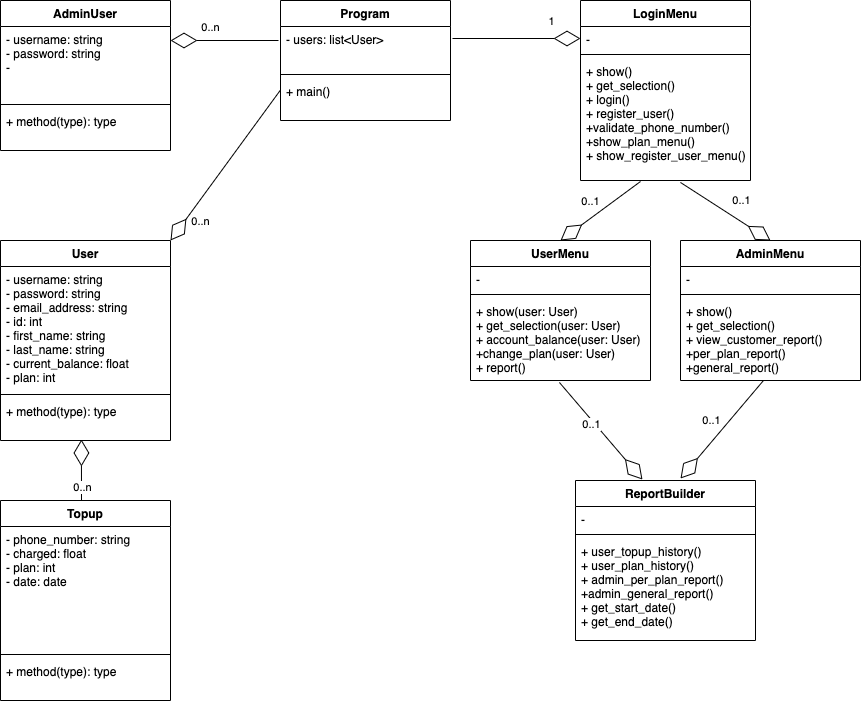
Above: object_oriented/class_diagram.drawio.png in miyazakimaiko/Credit-Purchase-App (draw.io), before the change. Source tidied: cells renumbered, new cells last; positions are measured from the earlier drawing's top-left corner, leaving out a move shared by most shapes. The source it was exported from:
```xml
<mxGraphModel>
  <root>
    <mxCell id="0" />
    <mxCell id="1" parent="0" />
    <mxCell id="2" value="AdminUser" style="swimlane;fontStyle=1;align=center;verticalAlign=top;horizontal=1;startSize=26;" parent="1" vertex="1">
      <mxGeometry width="170" height="150" as="geometry" />
    </mxCell>
    <mxCell id="3" value="- username: string&#10;- password: string&#10;- " style="text;strokeColor=none;fillColor=none;align=left;verticalAlign=top;spacingLeft=4;spacingRight=4;overflow=hidden;" parent="2" vertex="1">
      <mxGeometry y="26" width="170" height="74" as="geometry" />
    </mxCell>
    <mxCell id="4" style="line;strokeWidth=1;fillColor=none;align=left;verticalAlign=middle;spacingTop=-1;spacingLeft=3;spacingRight=3;labelPosition=right;" parent="2" vertex="1">
      <mxGeometry y="100" width="170" height="8" as="geometry" />
    </mxCell>
    <mxCell id="5" value="+ method(type): type" style="text;strokeColor=none;fillColor=none;align=left;verticalAlign=top;spacingLeft=4;spacingRight=4;overflow=hidden;" parent="2" vertex="1">
      <mxGeometry y="108" width="170" height="42" as="geometry" />
    </mxCell>
    <mxCell id="6" value="User" style="swimlane;fontStyle=1;align=center;verticalAlign=top;horizontal=1;startSize=26;" parent="1" vertex="1">
      <mxGeometry y="240" width="170" height="200" as="geometry" />
    </mxCell>
    <mxCell id="7" value="- username: string&#10;- password: string&#10;- email_address: string&#10;- id: int&#10;- first_name: string&#10;- last_name: string&#10;- current_balance: float&#10;- plan: int" style="text;strokeColor=none;fillColor=none;align=left;verticalAlign=top;spacingLeft=4;spacingRight=4;overflow=hidden;" parent="6" vertex="1">
      <mxGeometry y="26" width="170" height="124" as="geometry" />
    </mxCell>
    <mxCell id="8" style="line;strokeWidth=1;fillColor=none;align=left;verticalAlign=middle;spacingTop=-1;spacingLeft=3;spacingRight=3;labelPosition=right;" parent="6" vertex="1">
      <mxGeometry y="150" width="170" height="8" as="geometry" />
    </mxCell>
    <mxCell id="9" value="+ method(type): type" style="text;strokeColor=none;fillColor=none;align=left;verticalAlign=top;spacingLeft=4;spacingRight=4;overflow=hidden;points=[[0,0.5],[1,0.5]];portConstraint=eastwest;" parent="6" vertex="1">
      <mxGeometry y="158" width="170" height="42" as="geometry" />
    </mxCell>
    <mxCell id="10" value="Program" style="swimlane;fontStyle=1;align=center;verticalAlign=top;horizontal=1;startSize=26;" parent="1" vertex="1">
      <mxGeometry x="280" width="170" height="120" as="geometry" />
    </mxCell>
    <mxCell id="11" value="- users: list&lt;User&gt;" style="text;strokeColor=none;fillColor=none;align=left;verticalAlign=top;spacingLeft=4;spacingRight=4;overflow=hidden;" parent="10" vertex="1">
      <mxGeometry y="26" width="170" height="44" as="geometry" />
    </mxCell>
    <mxCell id="12" style="line;strokeWidth=1;fillColor=none;align=left;verticalAlign=middle;spacingTop=-1;spacingLeft=3;spacingRight=3;labelPosition=right;" parent="10" vertex="1">
      <mxGeometry y="70" width="170" height="8" as="geometry" />
    </mxCell>
    <mxCell id="13" value="+ main()" style="text;strokeColor=none;fillColor=none;align=left;verticalAlign=top;spacingLeft=4;spacingRight=4;overflow=hidden;" parent="10" vertex="1">
      <mxGeometry y="78" width="170" height="42" as="geometry" />
    </mxCell>
    <mxCell id="14" value="LoginMenu" style="swimlane;fontStyle=1;align=center;verticalAlign=top;horizontal=1;startSize=26;" parent="1" vertex="1">
      <mxGeometry x="580" width="170" height="180" as="geometry" />
    </mxCell>
    <mxCell id="15" value="-" style="text;strokeColor=none;fillColor=none;align=left;verticalAlign=top;spacingLeft=4;spacingRight=4;overflow=hidden;points=[[0,0.5],[1,0.5]];portConstraint=eastwest;" parent="14" vertex="1">
      <mxGeometry y="26" width="170" height="24" as="geometry" />
    </mxCell>
    <mxCell id="16" style="line;strokeWidth=1;fillColor=none;align=left;verticalAlign=middle;spacingTop=-1;spacingLeft=3;spacingRight=3;labelPosition=right;" parent="14" vertex="1">
      <mxGeometry y="50" width="170" height="8" as="geometry" />
    </mxCell>
    <mxCell id="17" value="+ show()&#10;+ get_selection()&#10;+ login()&#10;+ register_user()&#10;+validate_phone_number()&#10;+show_plan_menu()&#10;+ show_register_user_menu()" style="text;strokeColor=none;fillColor=none;align=left;verticalAlign=top;spacingLeft=4;spacingRight=4;overflow=hidden;points=[[0,0.5],[1,0.5]];portConstraint=eastwest;" parent="14" vertex="1">
      <mxGeometry y="58" width="170" height="122" as="geometry" />
    </mxCell>
    <mxCell id="18" value="UserMenu" style="swimlane;fontStyle=1;align=center;verticalAlign=top;horizontal=1;startSize=26;" parent="1" vertex="1">
      <mxGeometry x="470" y="240" width="180" height="140" as="geometry" />
    </mxCell>
    <mxCell id="19" value="-" style="text;strokeColor=none;fillColor=none;align=left;verticalAlign=top;spacingLeft=4;spacingRight=4;overflow=hidden;" parent="18" vertex="1">
      <mxGeometry y="26" width="180" height="24" as="geometry" />
    </mxCell>
    <mxCell id="20" style="line;strokeWidth=1;fillColor=none;align=left;verticalAlign=middle;spacingTop=-1;spacingLeft=3;spacingRight=3;labelPosition=right;" parent="18" vertex="1">
      <mxGeometry y="50" width="180" height="8" as="geometry" />
    </mxCell>
    <mxCell id="21" value="+ show(user: User)&#10;+ get_selection(user: User)&#10;+ account_balance(user: User)&#10;+change_plan(user: User)&#10;+ report()" style="text;strokeColor=none;fillColor=none;align=left;verticalAlign=top;spacingLeft=4;spacingRight=4;overflow=hidden;points=[[0,0.5],[1,0.5]];portConstraint=eastwest;" parent="18" vertex="1">
      <mxGeometry y="58" width="180" height="82" as="geometry" />
    </mxCell>
    <mxCell id="22" value="AdminMenu" style="swimlane;fontStyle=1;align=center;verticalAlign=top;horizontal=1;startSize=26;" parent="1" vertex="1">
      <mxGeometry x="680" y="240" width="180" height="140" as="geometry" />
    </mxCell>
    <mxCell id="23" value="-" style="text;strokeColor=none;fillColor=none;align=left;verticalAlign=top;spacingLeft=4;spacingRight=4;overflow=hidden;" parent="22" vertex="1">
      <mxGeometry y="26" width="180" height="24" as="geometry" />
    </mxCell>
    <mxCell id="24" style="line;strokeWidth=1;fillColor=none;align=left;verticalAlign=middle;spacingTop=-1;spacingLeft=3;spacingRight=3;labelPosition=right;" parent="22" vertex="1">
      <mxGeometry y="50" width="180" height="8" as="geometry" />
    </mxCell>
    <mxCell id="25" value="+ show()&#10;+ get_selection()&#10;+ view_customer_report()&#10;+per_plan_report()&#10;+general_report()" style="text;strokeColor=none;fillColor=none;align=left;verticalAlign=top;spacingLeft=4;spacingRight=4;overflow=hidden;points=[[0,0.5],[1,0.5]];portConstraint=eastwest;" parent="22" vertex="1">
      <mxGeometry y="58" width="180" height="82" as="geometry" />
    </mxCell>
    <mxCell id="26" value="Topup" style="swimlane;fontStyle=1;align=center;verticalAlign=top;horizontal=1;startSize=26;" parent="1" vertex="1">
      <mxGeometry y="500" width="170" height="200" as="geometry" />
    </mxCell>
    <mxCell id="27" value="- phone_number: string&#10;- charged: float&#10;- plan: int&#10;- date: date" style="text;strokeColor=none;fillColor=none;align=left;verticalAlign=top;spacingLeft=4;spacingRight=4;overflow=hidden;" parent="26" vertex="1">
      <mxGeometry y="26" width="170" height="124" as="geometry" />
    </mxCell>
    <mxCell id="28" style="line;strokeWidth=1;fillColor=none;align=left;verticalAlign=middle;spacingTop=-1;spacingLeft=3;spacingRight=3;labelPosition=right;" parent="26" vertex="1">
      <mxGeometry y="150" width="170" height="8" as="geometry" />
    </mxCell>
    <mxCell id="29" value="+ method(type): type" style="text;strokeColor=none;fillColor=none;align=left;verticalAlign=top;spacingLeft=4;spacingRight=4;overflow=hidden;" parent="26" vertex="1">
      <mxGeometry y="158" width="170" height="42" as="geometry" />
    </mxCell>
    <mxCell id="30" value="ReportBuilder" style="swimlane;fontStyle=1;align=center;verticalAlign=top;horizontal=1;startSize=26;" parent="1" vertex="1">
      <mxGeometry x="575" y="480" width="180" height="160" as="geometry" />
    </mxCell>
    <mxCell id="31" value="-" style="text;strokeColor=none;fillColor=none;align=left;verticalAlign=top;spacingLeft=4;spacingRight=4;overflow=hidden;" parent="30" vertex="1">
      <mxGeometry y="26" width="180" height="24" as="geometry" />
    </mxCell>
    <mxCell id="32" style="line;strokeWidth=1;fillColor=none;align=left;verticalAlign=middle;spacingTop=-1;spacingLeft=3;spacingRight=3;labelPosition=right;" parent="30" vertex="1">
      <mxGeometry y="50" width="180" height="8" as="geometry" />
    </mxCell>
    <mxCell id="33" value="+ user_topup_history()&#10;+ user_plan_history()&#10;+ admin_per_plan_report()&#10;+admin_general_report()&#10;+ get_start_date()&#10;+ get_end_date()&#10;" style="text;strokeColor=none;fillColor=none;align=left;verticalAlign=top;spacingLeft=4;spacingRight=4;overflow=hidden;" parent="30" vertex="1">
      <mxGeometry y="58" width="180" height="102" as="geometry" />
    </mxCell>
    <mxCell id="34" style="endArrow=diamondThin;endFill=0;endSize=24;html=1;entryX=0.476;entryY=0.976;entryDx=0;entryDy=0;entryPerimeter=0;" parent="1" edge="1" target="9">
      <mxGeometry relative="1" as="geometry">
        <mxPoint x="81" y="500" as="sourcePoint" />
      </mxGeometry>
    </mxCell>
    <mxCell id="35" value="0..n" style="edgeLabel;html=1;align=center;verticalAlign=middle;" parent="34" vertex="1">
      <mxGeometry x="-0.57" y="-1" relative="1" as="geometry" />
    </mxCell>
    <mxCell id="36" style="endArrow=diamondThin;endFill=0;endSize=24;html=1;" parent="1" edge="1">
      <mxGeometry relative="1" as="geometry">
        <mxPoint x="278" y="40" as="sourcePoint" />
        <mxPoint x="170" y="40" as="targetPoint" />
      </mxGeometry>
    </mxCell>
    <mxCell id="37" value="0..n" style="edgeLabel;html=1;align=center;verticalAlign=middle;" parent="36" vertex="1">
      <mxGeometry x="-0.57" y="-1" relative="1" as="geometry">
        <mxPoint x="-46" y="-13" as="offset" />
      </mxGeometry>
    </mxCell>
    <mxCell id="38" style="endArrow=diamondThin;endFill=0;endSize=24;html=1;exitX=-0.012;exitY=0.318;exitDx=0;exitDy=0;exitPerimeter=0;entryX=1;entryY=0;entryDx=0;entryDy=0;" parent="1" edge="1" target="6">
      <mxGeometry relative="1" as="geometry">
        <mxPoint x="280" y="89.5" as="sourcePoint" />
      </mxGeometry>
    </mxCell>
    <mxCell id="39" value="0..n" style="edgeLabel;html=1;align=center;verticalAlign=middle;" parent="38" vertex="1">
      <mxGeometry x="-0.57" y="-1" relative="1" as="geometry">
        <mxPoint x="-56" y="99" as="offset" />
      </mxGeometry>
    </mxCell>
    <mxCell id="40" style="endArrow=diamondThin;endFill=0;endSize=24;html=1;entryX=0;entryY=0.5;entryDx=0;entryDy=0;" parent="1" edge="1" target="15">
      <mxGeometry relative="1" as="geometry">
        <mxPoint x="452" y="38" as="sourcePoint" />
      </mxGeometry>
    </mxCell>
    <mxCell id="41" value="1" style="edgeLabel;html=1;align=center;verticalAlign=middle;" parent="40" vertex="1">
      <mxGeometry x="0.02" y="-2" relative="1" as="geometry">
        <mxPoint x="33" y="-20" as="offset" />
      </mxGeometry>
    </mxCell>
    <mxCell id="42" style="endArrow=diamondThin;endFill=0;endSize=24;html=1;entryX=0.5;entryY=0;entryDx=0;entryDy=0;" parent="1" edge="1" target="18">
      <mxGeometry relative="1" as="geometry">
        <mxPoint x="640" y="181" as="sourcePoint" />
      </mxGeometry>
    </mxCell>
    <mxCell id="43" value="0..1" style="edgeLabel;html=1;align=center;verticalAlign=middle;" parent="42" vertex="1">
      <mxGeometry x="0.02" y="-2" relative="1" as="geometry">
        <mxPoint x="-9" y="-9" as="offset" />
      </mxGeometry>
    </mxCell>
    <mxCell id="44" style="endArrow=diamondThin;endFill=0;endSize=24;html=1;entryX=0.5;entryY=0;entryDx=0;entryDy=0;exitX=0.588;exitY=1.016;exitDx=0;exitDy=0;exitPerimeter=0;" parent="1" edge="1" source="17" target="22">
      <mxGeometry relative="1" as="geometry" />
    </mxCell>
    <mxCell id="45" value="0..1" style="edgeLabel;html=1;align=center;verticalAlign=middle;" parent="44" vertex="1">
      <mxGeometry x="0.02" y="-2" relative="1" as="geometry">
        <mxPoint x="16" y="-13" as="offset" />
      </mxGeometry>
    </mxCell>
    <mxCell id="46" style="endArrow=diamondThin;endFill=0;endSize=24;html=1;exitX=0.461;exitY=1;exitDx=0;exitDy=0;exitPerimeter=0;" parent="1" edge="1" source="25">
      <mxGeometry relative="1" as="geometry">
        <mxPoint x="680" y="478" as="targetPoint" />
      </mxGeometry>
    </mxCell>
    <mxCell id="47" value="0..1" style="edgeLabel;html=1;align=center;verticalAlign=middle;" parent="46" vertex="1">
      <mxGeometry x="0.02" y="-2" relative="1" as="geometry">
        <mxPoint x="-9" y="-9" as="offset" />
      </mxGeometry>
    </mxCell>
    <mxCell id="48" style="endArrow=diamondThin;endFill=0;endSize=24;html=1;exitX=0.494;exitY=1.024;exitDx=0;exitDy=0;exitPerimeter=0;entryX=0.372;entryY=-0.006;entryDx=0;entryDy=0;entryPerimeter=0;" parent="1" edge="1" source="21" target="30">
      <mxGeometry relative="1" as="geometry" />
    </mxCell>
    <mxCell id="49" value="0..1" style="edgeLabel;html=1;align=center;verticalAlign=middle;" parent="48" vertex="1">
      <mxGeometry x="0.02" y="-2" relative="1" as="geometry">
        <mxPoint x="-9" y="-9" as="offset" />
      </mxGeometry>
    </mxCell>
  </root>
</mxGraphModel>
```
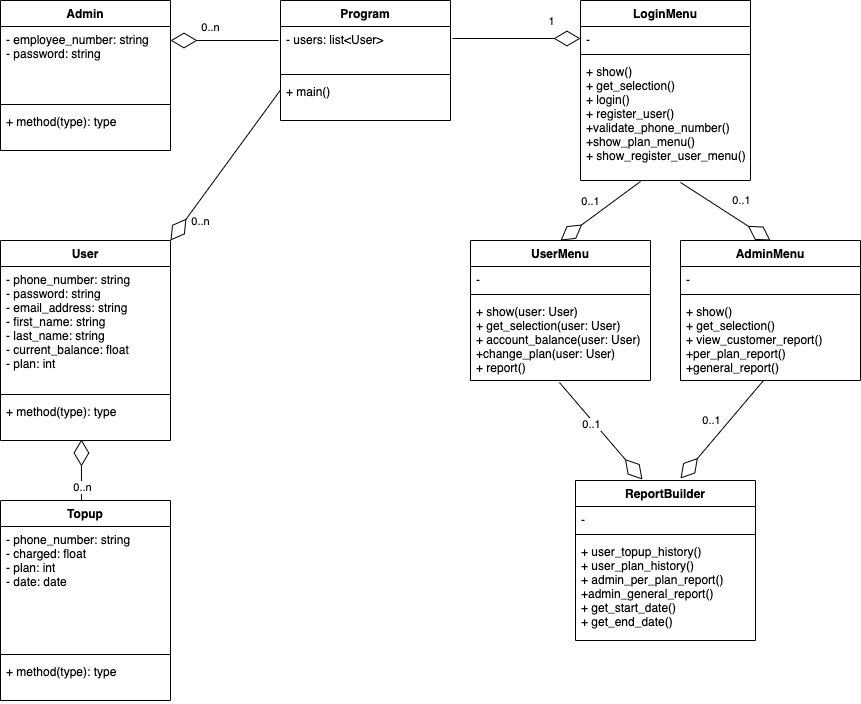
The same file after the commit.

Commit message:
Removed redundant attributes

Change to the diagram source:
```diff
@@ -2,10 +2,10 @@
   <root>
     <mxCell id="0" />
     <mxCell id="1" parent="0" />
-    <mxCell id="2" value="AdminUser" style="swimlane;fontStyle=1;align=center;verticalAlign=top;horizontal=1;startSize=26;" parent="1" vertex="1">
+    <mxCell id="2" value="Admin" style="swimlane;fontStyle=1;align=center;verticalAlign=top;horizontal=1;startSize=26;" parent="1" vertex="1">
       <mxGeometry width="170" height="150" as="geometry" />
     </mxCell>
-    <mxCell id="3" value="- username: string&#10;- password: string&#10;- " style="text;strokeColor=none;fillColor=none;align=left;verticalAlign=top;spacingLeft=4;spacingRight=4;overflow=hidden;" parent="2" vertex="1">
+    <mxCell id="3" value="- employee_number: string&#10;- password: string" style="text;strokeColor=none;fillColor=none;align=left;verticalAlign=top;spacingLeft=4;spacingRight=4;overflow=hidden;" parent="2" vertex="1">
       <mxGeometry y="26" width="170" height="74" as="geometry" />
     </mxCell>
     <mxCell id="4" style="line;strokeWidth=1;fillColor=none;align=left;verticalAlign=middle;spacingTop=-1;spacingLeft=3;spacingRight=3;labelPosition=right;" parent="2" vertex="1">
@@ -17,7 +17,7 @@
     <mxCell id="6" value="User" style="swimlane;fontStyle=1;align=center;verticalAlign=top;horizontal=1;startSize=26;" parent="1" vertex="1">
       <mxGeometry y="240" width="170" height="200" as="geometry" />
     </mxCell>
-    <mxCell id="7" value="- username: string&#10;- password: string&#10;- email_address: string&#10;- id: int&#10;- first_name: string&#10;- last_name: string&#10;- current_balance: float&#10;- plan: int" style="text;strokeColor=none;fillColor=none;align=left;verticalAlign=top;spacingLeft=4;spacingRight=4;overflow=hidden;" parent="6" vertex="1">
+    <mxCell id="7" value="- phone_number: string&#10;- password: string&#10;- email_address: string&#10;- first_name: string&#10;- last_name: string&#10;- current_balance: float&#10;- plan: int" style="text;strokeColor=none;fillColor=none;align=left;verticalAlign=top;spacingLeft=4;spacingRight=4;overflow=hidden;" parent="6" vertex="1">
       <mxGeometry y="26" width="170" height="124" as="geometry" />
     </mxCell>
     <mxCell id="8" style="line;strokeWidth=1;fillColor=none;align=left;verticalAlign=middle;spacingTop=-1;spacingLeft=3;spacingRight=3;labelPosition=right;" parent="6" vertex="1">
```
